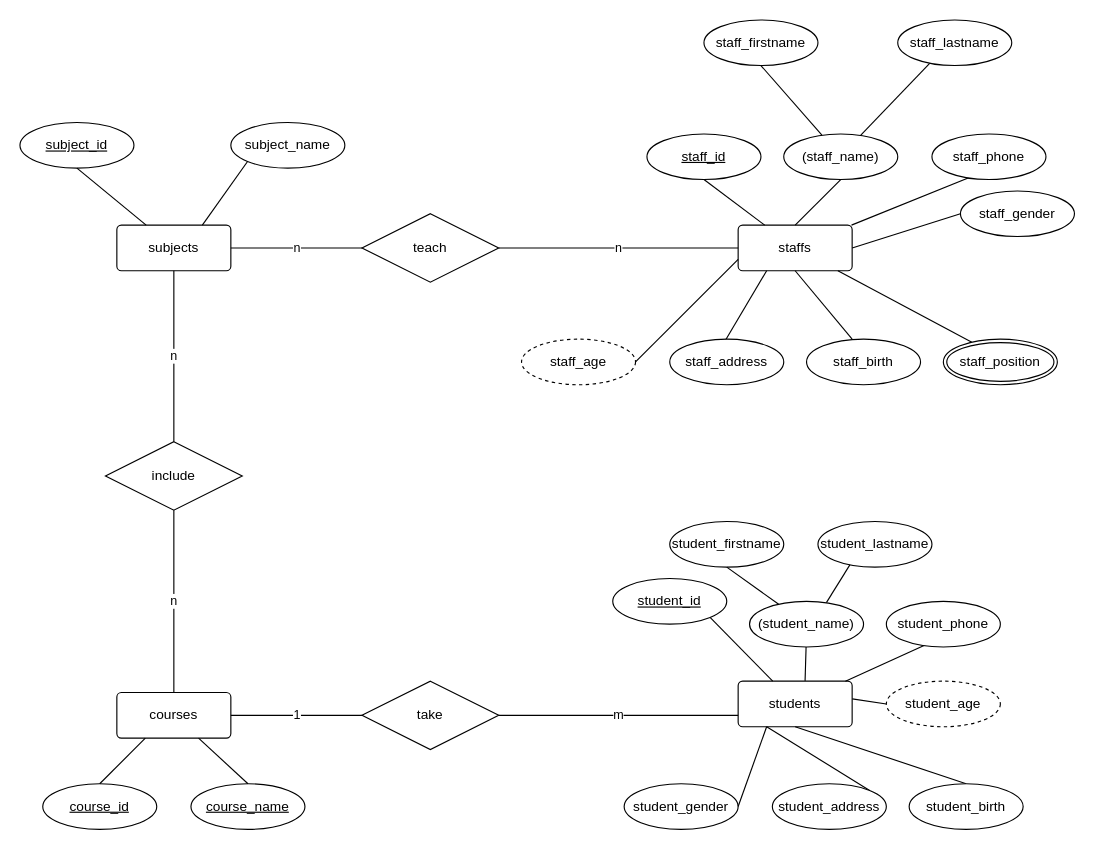
Before: Untitled Diagram.drawio in trieudatly/learnjavacore, a draw.io diagram. Source tidied: cells renumbered, new cells numbered last; positions are measured from the earlier drawing's top-left corner, leaving out a move shared by most shapes. Both pictures are drawn from the tidied source at 114%, with x=0, y=0 at pixel (19, 19).
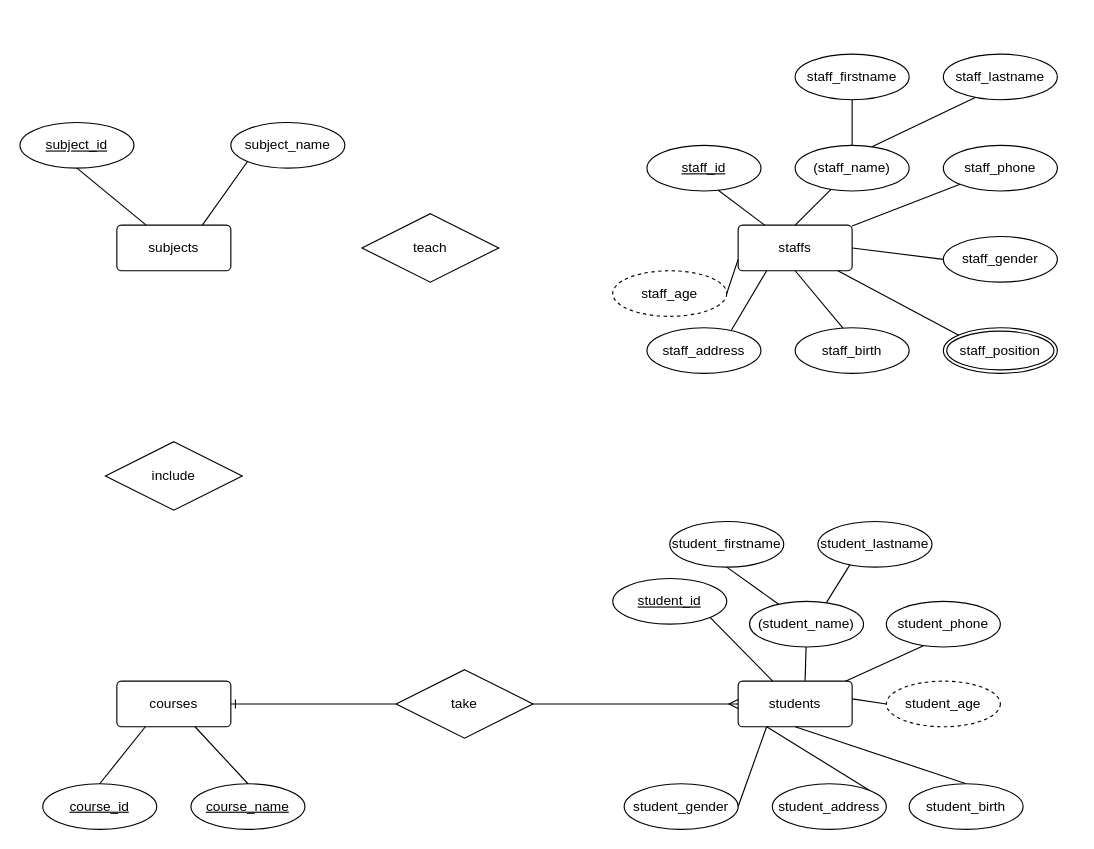
The same diagram, later.

The change refers to these unchanged cells:
```xml
<mxCell id="2" value="staffs" style="rounded=1;arcSize=10;whiteSpace=wrap;html=1;align=center;" parent="1" vertex="1">
  <mxGeometry x="630" y="180" width="100" height="40" as="geometry" />
</mxCell>
<mxCell id="19" value="students" style="rounded=1;arcSize=10;whiteSpace=wrap;html=1;align=center;" parent="1" vertex="1">
  <mxGeometry x="630" y="580" width="100" height="40" as="geometry" />
</mxCell>
<mxCell id="47" value="subjects" style="rounded=1;arcSize=10;whiteSpace=wrap;html=1;align=center;" parent="1" vertex="1">
  <mxGeometry x="85" y="180" width="100" height="40" as="geometry" />
</mxCell>
<mxCell id="52" value="teach" style="shape=rhombus;perimeter=rhombusPerimeter;whiteSpace=wrap;html=1;align=center;" parent="1" vertex="1">
  <mxGeometry x="300" y="170" width="120" height="60" as="geometry" />
</mxCell>
<mxCell id="55" value="include" style="shape=rhombus;perimeter=rhombusPerimeter;whiteSpace=wrap;html=1;align=center;" parent="1" vertex="1">
  <mxGeometry x="75" y="370" width="120" height="60" as="geometry" />
</mxCell>
```

Change to the diagram source:
```diff
@@
-    <mxCell id="5" style="endArrow=none;html=1;rounded=0;" parent="1" edge="1" target="2">
-      <mxGeometry relative="1" as="geometry">
-        <mxPoint x="835" y="137.3" as="sourcePoint" />
-      </mxGeometry>
+    <mxCell id="5" style="endArrow=none;html=1;rounded=0;exitX=0;exitY=1;exitDx=0;exitDy=0;" parent="1" edge="1" source="12" target="2">
+      <mxGeometry relative="1" as="geometry" />
     </mxCell>
@@
     <mxCell id="9" value="staff_position" style="ellipse;shape=doubleEllipse;margin=3;whiteSpace=wrap;html=1;align=center;" parent="1" vertex="1">
-      <mxGeometry x="810" y="280" width="100" height="40" as="geometry" />
+      <mxGeometry x="810" y="270" width="100" height="40" as="geometry" />
     </mxCell>
     <mxCell id="10" value="staff_id" style="ellipse;whiteSpace=wrap;html=1;align=center;fontStyle=4;" parent="1" vertex="1">
-      <mxGeometry x="550" y="100" width="100" height="40" as="geometry" />
+      <mxGeometry x="550" y="110" width="100" height="40" as="geometry" />
     </mxCell>
     <mxCell id="11" value="(staff_name)" style="ellipse;whiteSpace=wrap;html=1;align=center;" parent="1" vertex="1">
-      <mxGeometry x="670" y="100" width="100" height="40" as="geometry" />
+      <mxGeometry x="680" y="110" width="100" height="40" as="geometry" />
     </mxCell>
     <mxCell id="12" value="staff_phone" style="ellipse;whiteSpace=wrap;html=1;align=center;" parent="1" vertex="1">
-      <mxGeometry x="800" y="100" width="100" height="40" as="geometry" />
+      <mxGeometry x="810" y="110" width="100" height="40" as="geometry" />
     </mxCell>
     <mxCell id="13" value="staff_address" style="ellipse;whiteSpace=wrap;html=1;align=center;" parent="1" vertex="1">
-      <mxGeometry x="570" y="280" width="100" height="40" as="geometry" />
+      <mxGeometry x="550" y="270" width="100" height="40" as="geometry" />
     </mxCell>
     <mxCell id="14" value="staff_birth" style="ellipse;whiteSpace=wrap;html=1;align=center;" parent="1" vertex="1">
-      <mxGeometry x="690" y="280" width="100" height="40" as="geometry" />
+      <mxGeometry x="680" y="270" width="100" height="40" as="geometry" />
     </mxCell>
     <mxCell id="15" value="staff_firstname" style="ellipse;whiteSpace=wrap;html=1;align=center;" parent="1" vertex="1">
-      <mxGeometry x="600" width="100" height="40" as="geometry" />
+      <mxGeometry x="680" y="30" width="100" height="40" as="geometry" />
     </mxCell>
     <mxCell id="16" value="staff_lastname" style="ellipse;whiteSpace=wrap;html=1;align=center;" parent="1" vertex="1">
-      <mxGeometry x="770" width="100" height="40" as="geometry" />
+      <mxGeometry x="810" y="30" width="100" height="40" as="geometry" />
     </mxCell>
@@
     <mxCell id="35" value="staff_age" style="ellipse;whiteSpace=wrap;html=1;align=center;dashed=1;" parent="1" vertex="1">
-      <mxGeometry x="440" y="280" width="100" height="40" as="geometry" />
+      <mxGeometry x="520" y="220" width="100" height="40" as="geometry" />
     </mxCell>
@@
     <mxCell id="38" value="courses" style="rounded=1;arcSize=10;whiteSpace=wrap;html=1;align=center;" parent="1" vertex="1">
-      <mxGeometry x="85" y="590" width="100" height="40" as="geometry" />
+      <mxGeometry x="85" y="580" width="100" height="40" as="geometry" />
     </mxCell>
@@
     <mxCell id="43" value="staff_gender" style="ellipse;whiteSpace=wrap;html=1;align=center;" parent="1" vertex="1">
-      <mxGeometry x="825" y="150" width="100" height="40" as="geometry" />
+      <mxGeometry x="810" y="190" width="100" height="40" as="geometry" />
     </mxCell>
@@
-    <mxCell id="53" value="n" style="endArrow=none;html=1;rounded=0;entryX=0;entryY=0.5;entryDx=0;entryDy=0;exitX=1;exitY=0.5;exitDx=0;exitDy=0;" parent="1" edge="1" source="47" target="52">
-      <mxGeometry relative="1" as="geometry" />
-    </mxCell>
-    <mxCell id="54" value="n" style="endArrow=none;html=1;rounded=0;exitX=1;exitY=0.5;exitDx=0;exitDy=0;entryX=0;entryY=0.5;entryDx=0;entryDy=0;" parent="1" edge="1" source="52" target="2">
-      <mxGeometry relative="1" as="geometry" />
-    </mxCell>
@@
-    <mxCell id="56" value="n" style="endArrow=none;html=1;rounded=0;exitX=0.5;exitY=1;exitDx=0;exitDy=0;entryX=0.5;entryY=0;entryDx=0;entryDy=0;" parent="1" edge="1" source="47" target="55">
-      <mxGeometry relative="1" as="geometry" />
-    </mxCell>
-    <mxCell id="57" value="n" style="endArrow=none;html=1;rounded=0;exitX=0.5;exitY=1;exitDx=0;exitDy=0;entryX=0.5;entryY=0;entryDx=0;entryDy=0;" parent="1" edge="1" source="55" target="38">
-      <mxGeometry relative="1" as="geometry" />
-    </mxCell>
+    <mxCell id="59" value="take" style="shape=rhombus;perimeter=rhombusPerimeter;whiteSpace=wrap;html=1;align=center;" parent="1" vertex="1">
+      <mxGeometry x="330" y="570" width="120" height="60" as="geometry" />
+    </mxCell>
-    <mxCell id="58" value="m" style="endArrow=none;html=1;rounded=0;entryX=0;entryY=0.75;entryDx=0;entryDy=0;exitX=1;exitY=0.5;exitDx=0;exitDy=0;" parent="1" edge="1" source="59" target="19">
+    <mxCell id="58" style="edgeStyle=entityRelationEdgeStyle;fontSize=12;html=1;endArrow=ERmany;rounded=0;entryX=0;entryY=0.5;entryDx=0;entryDy=0;exitX=1;exitY=0.5;exitDx=0;exitDy=0;" parent="1" edge="1" source="59" target="19">
       <mxGeometry relative="1" as="geometry" />
     </mxCell>
-    <mxCell id="59" value="take" style="shape=rhombus;perimeter=rhombusPerimeter;whiteSpace=wrap;html=1;align=center;" parent="1" vertex="1">
-      <mxGeometry x="300" y="580" width="120" height="60" as="geometry" />
-    </mxCell>
-    <mxCell id="60" value="1" style="endArrow=none;html=1;rounded=0;entryX=0;entryY=0.5;entryDx=0;entryDy=0;exitX=1;exitY=0.5;exitDx=0;exitDy=0;" parent="1" edge="1" source="38" target="59">
-      <mxGeometry relative="1" as="geometry" />
-    </mxCell>
+    <mxCell id="61" style="edgeStyle=entityRelationEdgeStyle;fontSize=12;html=1;endArrow=ERone;endFill=1;rounded=0;entryX=1;entryY=0.5;entryDx=0;entryDy=0;exitX=0;exitY=0.5;exitDx=0;exitDy=0;" parent="1" edge="1" source="59" target="38">
+      <mxGeometry relative="1" as="geometry" />
+    </mxCell>
```
